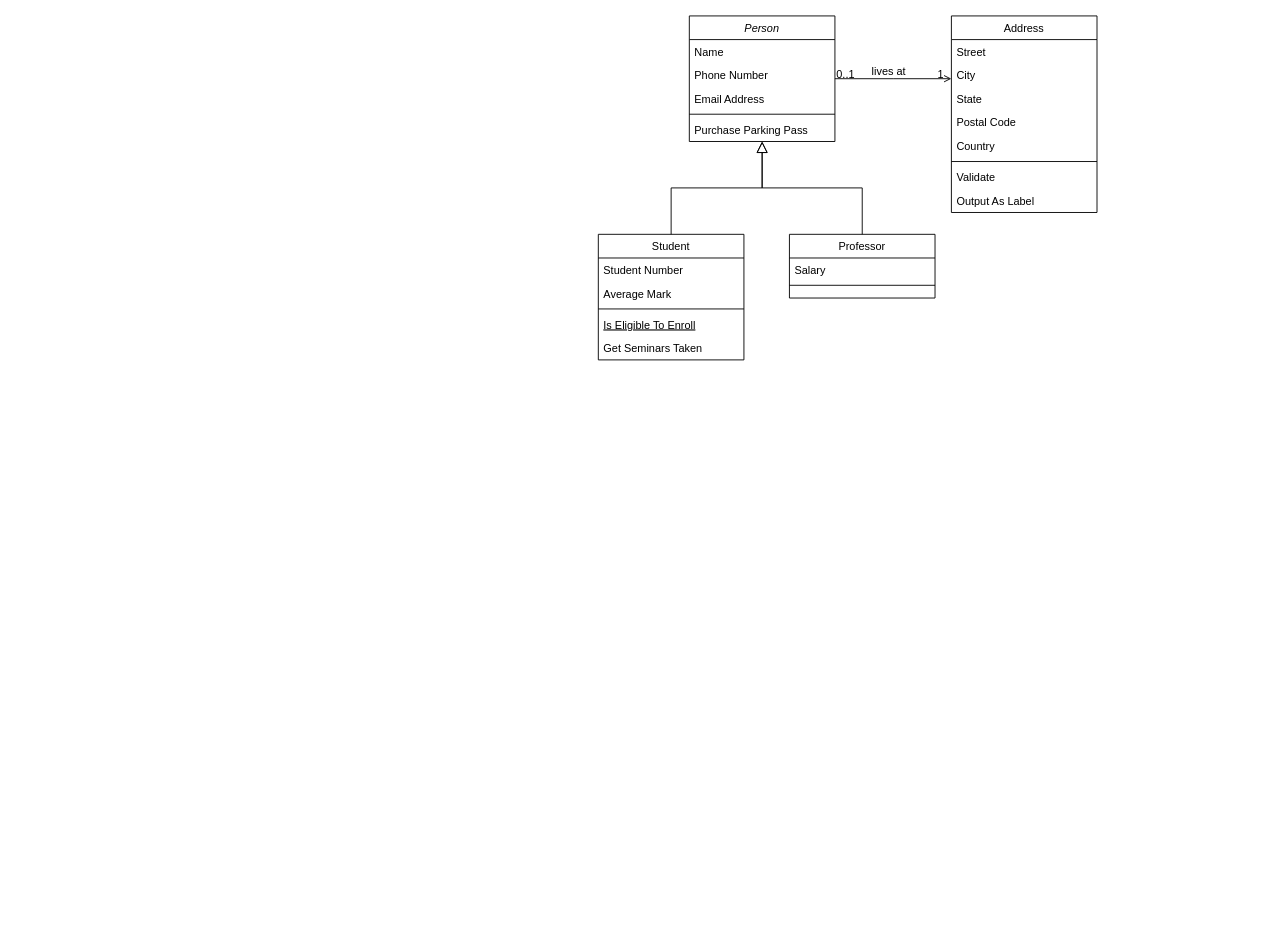
The draw.io diagram internship_s8/new-class-diagram.drawio in Gryfin123/diagrams_with_no_context, before the edit. Source tidied: cells renumbered, new cells numbered last; positions are measured from the earlier drawing's top-left corner, leaving out a move shared by most shapes. Both pictures are drawn from the tidied source at 91%, with x=0, y=0 at pixel (598, 15).
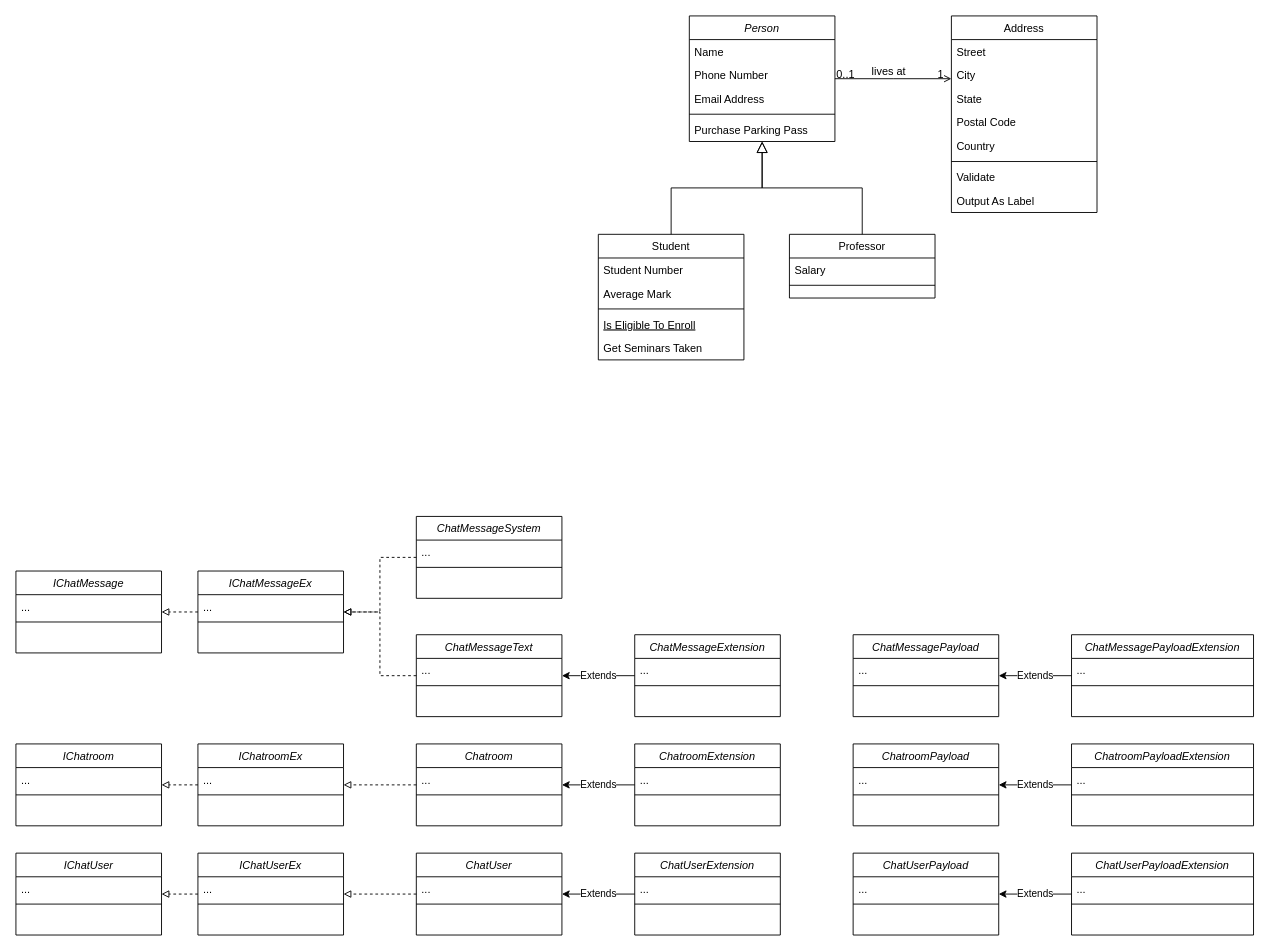
After the change.

Change to the diagram source:
```diff
@@
+    <mxCell id="32" value="ChatMessagePayload" style="swimlane;fontStyle=2;align=center;verticalAlign=top;horizontal=1;startSize=26;rounded=0;shadow=0;strokeWidth=1;" parent="1" vertex="1">
+      <mxGeometry x="280" y="680" width="160" height="90" as="geometry" />
+    </mxCell>
+    <mxCell id="33" value="..." style="text;align=left;verticalAlign=top;spacingLeft=4;spacingRight=4;overflow=hidden;" parent="32" vertex="1">
+      <mxGeometry y="26" width="160" height="26" as="geometry" />
+    </mxCell>
+    <mxCell id="34" style="line;html=1;strokeWidth=1;align=left;verticalAlign=middle;spacingTop=-1;spacingLeft=3;spacingRight=3;labelPosition=right;" parent="32" vertex="1">
+      <mxGeometry y="52" width="160" height="8" as="geometry" />
+    </mxCell>
+    <mxCell id="35" style="edgeStyle=orthogonalEdgeStyle;rounded=0;jettySize=auto;html=1;endArrow=block;endFill=0;dashed=1;" parent="1" edge="1" source="36" target="77">
+      <mxGeometry relative="1" as="geometry" />
+    </mxCell>
+    <mxCell id="36" value="ChatMessageText" style="swimlane;fontStyle=2;align=center;verticalAlign=top;horizontal=1;startSize=26;rounded=0;shadow=0;strokeWidth=1;" parent="1" vertex="1">
+      <mxGeometry x="-200" y="680" width="160" height="90" as="geometry" />
+    </mxCell>
+    <mxCell id="37" value="..." style="text;align=left;verticalAlign=top;spacingLeft=4;spacingRight=4;overflow=hidden;" parent="36" vertex="1">
+      <mxGeometry y="26" width="160" height="26" as="geometry" />
+    </mxCell>
+    <mxCell id="38" style="line;html=1;strokeWidth=1;align=left;verticalAlign=middle;spacingTop=-1;spacingLeft=3;spacingRight=3;labelPosition=right;" parent="36" vertex="1">
+      <mxGeometry y="52" width="160" height="8" as="geometry" />
+    </mxCell>
+    <mxCell id="39" value="ChatMessageExtension" style="swimlane;fontStyle=2;align=center;verticalAlign=top;horizontal=1;startSize=26;rounded=0;shadow=0;strokeWidth=1;" parent="1" vertex="1">
+      <mxGeometry x="40" y="680" width="160" height="90" as="geometry" />
+    </mxCell>
+    <mxCell id="40" value="..." style="text;align=left;verticalAlign=top;spacingLeft=4;spacingRight=4;overflow=hidden;" parent="39" vertex="1">
+      <mxGeometry y="26" width="160" height="26" as="geometry" />
+    </mxCell>
+    <mxCell id="41" style="line;html=1;strokeWidth=1;align=left;verticalAlign=middle;spacingTop=-1;spacingLeft=3;spacingRight=3;labelPosition=right;" parent="39" vertex="1">
+      <mxGeometry y="52" width="160" height="8" as="geometry" />
+    </mxCell>
+    <mxCell id="42" value="ChatroomExtension" style="swimlane;fontStyle=2;align=center;verticalAlign=top;horizontal=1;startSize=26;rounded=0;shadow=0;strokeWidth=1;" parent="1" vertex="1">
+      <mxGeometry x="40" y="800" width="160" height="90" as="geometry" />
+    </mxCell>
+    <mxCell id="43" value="..." style="text;align=left;verticalAlign=top;spacingLeft=4;spacingRight=4;overflow=hidden;" parent="42" vertex="1">
+      <mxGeometry y="26" width="160" height="26" as="geometry" />
+    </mxCell>
+    <mxCell id="44" style="line;html=1;strokeWidth=1;align=left;verticalAlign=middle;spacingTop=-1;spacingLeft=3;spacingRight=3;labelPosition=right;" parent="42" vertex="1">
+      <mxGeometry y="52" width="160" height="8" as="geometry" />
+    </mxCell>
+    <mxCell id="45" value="ChatUserExtension" style="swimlane;fontStyle=2;align=center;verticalAlign=top;horizontal=1;startSize=26;rounded=0;shadow=0;strokeWidth=1;" parent="1" vertex="1">
+      <mxGeometry x="40" y="920" width="160" height="90" as="geometry" />
+    </mxCell>
+    <mxCell id="46" value="..." style="text;align=left;verticalAlign=top;spacingLeft=4;spacingRight=4;overflow=hidden;" parent="45" vertex="1">
+      <mxGeometry y="26" width="160" height="26" as="geometry" />
+    </mxCell>
+    <mxCell id="47" style="line;html=1;strokeWidth=1;align=left;verticalAlign=middle;spacingTop=-1;spacingLeft=3;spacingRight=3;labelPosition=right;" parent="45" vertex="1">
+      <mxGeometry y="52" width="160" height="8" as="geometry" />
+    </mxCell>
+    <mxCell id="48" value="ChatroomPayload" style="swimlane;fontStyle=2;align=center;verticalAlign=top;horizontal=1;startSize=26;rounded=0;shadow=0;strokeWidth=1;" parent="1" vertex="1">
+      <mxGeometry x="280" y="800" width="160" height="90" as="geometry" />
+    </mxCell>
+    <mxCell id="49" value="..." style="text;align=left;verticalAlign=top;spacingLeft=4;spacingRight=4;overflow=hidden;" parent="48" vertex="1">
+      <mxGeometry y="26" width="160" height="26" as="geometry" />
+    </mxCell>
+    <mxCell id="50" style="line;html=1;strokeWidth=1;align=left;verticalAlign=middle;spacingTop=-1;spacingLeft=3;spacingRight=3;labelPosition=right;" parent="48" vertex="1">
+      <mxGeometry y="52" width="160" height="8" as="geometry" />
+    </mxCell>
+    <mxCell id="51" value="ChatUserPayload" style="swimlane;fontStyle=2;align=center;verticalAlign=top;horizontal=1;startSize=26;rounded=0;shadow=0;strokeWidth=1;" parent="1" vertex="1">
+      <mxGeometry x="280" y="920" width="160" height="90" as="geometry" />
+    </mxCell>
+    <mxCell id="52" value="..." style="text;align=left;verticalAlign=top;spacingLeft=4;spacingRight=4;overflow=hidden;" parent="51" vertex="1">
+      <mxGeometry y="26" width="160" height="26" as="geometry" />
+    </mxCell>
+    <mxCell id="53" style="line;html=1;strokeWidth=1;align=left;verticalAlign=middle;spacingTop=-1;spacingLeft=3;spacingRight=3;labelPosition=right;" parent="51" vertex="1">
+      <mxGeometry y="52" width="160" height="8" as="geometry" />
+    </mxCell>
+    <mxCell id="54" value="Extends" style="edgeStyle=orthogonalEdgeStyle;rounded=0;jettySize=auto;html=1;" parent="1" edge="1" source="55" target="32">
+      <mxGeometry relative="1" as="geometry" />
+    </mxCell>
+    <mxCell id="55" value="ChatMessagePayloadExtension" style="swimlane;fontStyle=2;align=center;verticalAlign=top;horizontal=1;startSize=26;rounded=0;shadow=0;strokeWidth=1;" parent="1" vertex="1">
+      <mxGeometry x="520" y="680" width="200" height="90" as="geometry" />
+    </mxCell>
+    <mxCell id="56" value="..." style="text;align=left;verticalAlign=top;spacingLeft=4;spacingRight=4;overflow=hidden;" parent="55" vertex="1">
+      <mxGeometry y="26" width="200" height="26" as="geometry" />
+    </mxCell>
+    <mxCell id="57" style="line;html=1;strokeWidth=1;align=left;verticalAlign=middle;spacingTop=-1;spacingLeft=3;spacingRight=3;labelPosition=right;" parent="55" vertex="1">
+      <mxGeometry y="52" width="200" height="8" as="geometry" />
+    </mxCell>
+    <mxCell id="58" value="ChatroomPayloadExtension" style="swimlane;fontStyle=2;align=center;verticalAlign=top;horizontal=1;startSize=26;rounded=0;shadow=0;strokeWidth=1;" parent="1" vertex="1">
+      <mxGeometry x="520" y="800" width="200" height="90" as="geometry" />
+    </mxCell>
+    <mxCell id="59" value="..." style="text;align=left;verticalAlign=top;spacingLeft=4;spacingRight=4;overflow=hidden;" parent="58" vertex="1">
+      <mxGeometry y="26" width="200" height="26" as="geometry" />
+    </mxCell>
+    <mxCell id="60" style="line;html=1;strokeWidth=1;align=left;verticalAlign=middle;spacingTop=-1;spacingLeft=3;spacingRight=3;labelPosition=right;" parent="58" vertex="1">
+      <mxGeometry y="52" width="200" height="8" as="geometry" />
+    </mxCell>
+    <mxCell id="61" value="ChatUserPayloadExtension" style="swimlane;fontStyle=2;align=center;verticalAlign=top;horizontal=1;startSize=26;rounded=0;shadow=0;strokeWidth=1;" parent="1" vertex="1">
+      <mxGeometry x="520" y="920" width="200" height="90" as="geometry" />
+    </mxCell>
+    <mxCell id="62" value="..." style="text;align=left;verticalAlign=top;spacingLeft=4;spacingRight=4;overflow=hidden;" parent="61" vertex="1">
+      <mxGeometry y="26" width="200" height="26" as="geometry" />
+    </mxCell>
+    <mxCell id="63" style="line;html=1;strokeWidth=1;align=left;verticalAlign=middle;spacingTop=-1;spacingLeft=3;spacingRight=3;labelPosition=right;" parent="61" vertex="1">
+      <mxGeometry y="52" width="200" height="8" as="geometry" />
+    </mxCell>
+    <mxCell id="64" style="edgeStyle=orthogonalEdgeStyle;rounded=0;jettySize=auto;html=1;endArrow=block;endFill=0;dashed=1;" parent="1" edge="1" source="65" target="81">
+      <mxGeometry relative="1" as="geometry" />
+    </mxCell>
+    <mxCell id="65" value="Chatroom" style="swimlane;fontStyle=2;align=center;verticalAlign=top;horizontal=1;startSize=26;rounded=0;shadow=0;strokeWidth=1;" parent="1" vertex="1">
+      <mxGeometry x="-200" y="800" width="160" height="90" as="geometry" />
+    </mxCell>
+    <mxCell id="66" value="..." style="text;align=left;verticalAlign=top;spacingLeft=4;spacingRight=4;overflow=hidden;" parent="65" vertex="1">
+      <mxGeometry y="26" width="160" height="26" as="geometry" />
+    </mxCell>
+    <mxCell id="67" style="line;html=1;strokeWidth=1;align=left;verticalAlign=middle;spacingTop=-1;spacingLeft=3;spacingRight=3;labelPosition=right;" parent="65" vertex="1">
+      <mxGeometry y="52" width="160" height="8" as="geometry" />
+    </mxCell>
+    <mxCell id="68" style="edgeStyle=orthogonalEdgeStyle;rounded=0;jettySize=auto;html=1;endArrow=block;endFill=0;dashed=1;" parent="1" edge="1" source="69" target="85">
+      <mxGeometry relative="1" as="geometry" />
+    </mxCell>
+    <mxCell id="69" value="ChatUser" style="swimlane;fontStyle=2;align=center;verticalAlign=top;horizontal=1;startSize=26;rounded=0;shadow=0;strokeWidth=1;" parent="1" vertex="1">
+      <mxGeometry x="-200" y="920" width="160" height="90" as="geometry" />
+    </mxCell>
+    <mxCell id="70" value="..." style="text;align=left;verticalAlign=top;spacingLeft=4;spacingRight=4;overflow=hidden;" parent="69" vertex="1">
+      <mxGeometry y="26" width="160" height="26" as="geometry" />
+    </mxCell>
+    <mxCell id="71" style="line;html=1;strokeWidth=1;align=left;verticalAlign=middle;spacingTop=-1;spacingLeft=3;spacingRight=3;labelPosition=right;" parent="69" vertex="1">
+      <mxGeometry y="52" width="160" height="8" as="geometry" />
+    </mxCell>
+    <mxCell id="72" style="edgeStyle=orthogonalEdgeStyle;rounded=0;jettySize=auto;html=1;endArrow=block;endFill=0;dashed=1;" parent="1" edge="1" source="73" target="77">
+      <mxGeometry relative="1" as="geometry" />
+    </mxCell>
+    <mxCell id="73" value="ChatMessageSystem" style="swimlane;fontStyle=2;align=center;verticalAlign=top;horizontal=1;startSize=26;rounded=0;shadow=0;strokeWidth=1;" parent="1" vertex="1">
+      <mxGeometry x="-200" y="550" width="160" height="90" as="geometry" />
+    </mxCell>
+    <mxCell id="74" value="..." style="text;align=left;verticalAlign=top;spacingLeft=4;spacingRight=4;overflow=hidden;" parent="73" vertex="1">
+      <mxGeometry y="26" width="160" height="26" as="geometry" />
+    </mxCell>
+    <mxCell id="75" style="line;html=1;strokeWidth=1;align=left;verticalAlign=middle;spacingTop=-1;spacingLeft=3;spacingRight=3;labelPosition=right;" parent="73" vertex="1">
+      <mxGeometry y="52" width="160" height="8" as="geometry" />
+    </mxCell>
+    <mxCell id="76" style="edgeStyle=orthogonalEdgeStyle;rounded=0;jettySize=auto;html=1;endArrow=block;endFill=0;dashed=1;" parent="1" edge="1" source="77" target="93">
+      <mxGeometry relative="1" as="geometry" />
+    </mxCell>
+    <mxCell id="77" value="IChatMessageEx" style="swimlane;fontStyle=2;align=center;verticalAlign=top;horizontal=1;startSize=26;rounded=0;shadow=0;strokeWidth=1;" parent="1" vertex="1">
+      <mxGeometry x="-440" y="610" width="160" height="90" as="geometry" />
+    </mxCell>
+    <mxCell id="78" value="..." style="text;align=left;verticalAlign=top;spacingLeft=4;spacingRight=4;overflow=hidden;" parent="77" vertex="1">
+      <mxGeometry y="26" width="160" height="26" as="geometry" />
+    </mxCell>
+    <mxCell id="79" style="line;html=1;strokeWidth=1;align=left;verticalAlign=middle;spacingTop=-1;spacingLeft=3;spacingRight=3;labelPosition=right;" parent="77" vertex="1">
+      <mxGeometry y="52" width="160" height="8" as="geometry" />
+    </mxCell>
+    <mxCell id="80" style="edgeStyle=orthogonalEdgeStyle;rounded=0;jettySize=auto;html=1;endArrow=block;endFill=0;dashed=1;" parent="1" edge="1" source="81" target="96">
+      <mxGeometry relative="1" as="geometry" />
+    </mxCell>
+    <mxCell id="81" value="IChatroomEx" style="swimlane;fontStyle=2;align=center;verticalAlign=top;horizontal=1;startSize=26;rounded=0;shadow=0;strokeWidth=1;" parent="1" vertex="1">
+      <mxGeometry x="-440" y="800" width="160" height="90" as="geometry" />
+    </mxCell>
+    <mxCell id="82" value="..." style="text;align=left;verticalAlign=top;spacingLeft=4;spacingRight=4;overflow=hidden;" parent="81" vertex="1">
+      <mxGeometry y="26" width="160" height="26" as="geometry" />
+    </mxCell>
+    <mxCell id="83" style="line;html=1;strokeWidth=1;align=left;verticalAlign=middle;spacingTop=-1;spacingLeft=3;spacingRight=3;labelPosition=right;" parent="81" vertex="1">
+      <mxGeometry y="52" width="160" height="8" as="geometry" />
+    </mxCell>
+    <mxCell id="84" style="edgeStyle=orthogonalEdgeStyle;rounded=0;jettySize=auto;html=1;endArrow=block;endFill=0;dashed=1;" parent="1" edge="1" source="85" target="99">
+      <mxGeometry relative="1" as="geometry" />
+    </mxCell>
+    <mxCell id="85" value="IChatUserEx" style="swimlane;fontStyle=2;align=center;verticalAlign=top;horizontal=1;startSize=26;rounded=0;shadow=0;strokeWidth=1;" parent="1" vertex="1">
+      <mxGeometry x="-440" y="920" width="160" height="90" as="geometry" />
+    </mxCell>
+    <mxCell id="86" value="..." style="text;align=left;verticalAlign=top;spacingLeft=4;spacingRight=4;overflow=hidden;" parent="85" vertex="1">
+      <mxGeometry y="26" width="160" height="26" as="geometry" />
+    </mxCell>
+    <mxCell id="87" style="line;html=1;strokeWidth=1;align=left;verticalAlign=middle;spacingTop=-1;spacingLeft=3;spacingRight=3;labelPosition=right;" parent="85" vertex="1">
+      <mxGeometry y="52" width="160" height="8" as="geometry" />
+    </mxCell>
+    <mxCell id="88" value="Extends" style="edgeStyle=orthogonalEdgeStyle;rounded=0;jettySize=auto;html=1;" parent="1" edge="1" source="58" target="48">
+      <mxGeometry relative="1" as="geometry" />
+    </mxCell>
+    <mxCell id="89" value="Extends" style="edgeStyle=orthogonalEdgeStyle;rounded=0;jettySize=auto;html=1;" parent="1" edge="1" source="61" target="51">
+      <mxGeometry relative="1" as="geometry" />
+    </mxCell>
+    <mxCell id="90" value="Extends" style="edgeStyle=orthogonalEdgeStyle;rounded=0;jettySize=auto;html=1;" parent="1" edge="1" source="39" target="36">
+      <mxGeometry relative="1" as="geometry" />
+    </mxCell>
+    <mxCell id="91" value="Extends" style="edgeStyle=orthogonalEdgeStyle;rounded=0;jettySize=auto;html=1;" parent="1" edge="1" source="42" target="65">
+      <mxGeometry relative="1" as="geometry" />
+    </mxCell>
+    <mxCell id="92" value="Extends" style="edgeStyle=orthogonalEdgeStyle;rounded=0;jettySize=auto;html=1;" parent="1" edge="1" source="45" target="69">
+      <mxGeometry relative="1" as="geometry" />
+    </mxCell>
+    <mxCell id="93" value="IChatMessage" style="swimlane;fontStyle=2;align=center;verticalAlign=top;horizontal=1;startSize=26;rounded=0;shadow=0;strokeWidth=1;" parent="1" vertex="1">
+      <mxGeometry x="-640" y="610" width="160" height="90" as="geometry" />
+    </mxCell>
+    <mxCell id="94" value="..." style="text;align=left;verticalAlign=top;spacingLeft=4;spacingRight=4;overflow=hidden;" parent="93" vertex="1">
+      <mxGeometry y="26" width="160" height="26" as="geometry" />
+    </mxCell>
+    <mxCell id="95" style="line;html=1;strokeWidth=1;align=left;verticalAlign=middle;spacingTop=-1;spacingLeft=3;spacingRight=3;labelPosition=right;" parent="93" vertex="1">
+      <mxGeometry y="52" width="160" height="8" as="geometry" />
+    </mxCell>
+    <mxCell id="96" value="IChatroom" style="swimlane;fontStyle=2;align=center;verticalAlign=top;horizontal=1;startSize=26;rounded=0;shadow=0;strokeWidth=1;" parent="1" vertex="1">
+      <mxGeometry x="-640" y="800" width="160" height="90" as="geometry" />
+    </mxCell>
+    <mxCell id="97" value="..." style="text;align=left;verticalAlign=top;spacingLeft=4;spacingRight=4;overflow=hidden;" parent="96" vertex="1">
+      <mxGeometry y="26" width="160" height="26" as="geometry" />
+    </mxCell>
+    <mxCell id="98" style="line;html=1;strokeWidth=1;align=left;verticalAlign=middle;spacingTop=-1;spacingLeft=3;spacingRight=3;labelPosition=right;" parent="96" vertex="1">
+      <mxGeometry y="52" width="160" height="8" as="geometry" />
+    </mxCell>
+    <mxCell id="99" value="IChatUser" style="swimlane;fontStyle=2;align=center;verticalAlign=top;horizontal=1;startSize=26;rounded=0;shadow=0;strokeWidth=1;" parent="1" vertex="1">
+      <mxGeometry x="-640" y="920" width="160" height="90" as="geometry" />
+    </mxCell>
+    <mxCell id="100" value="..." style="text;align=left;verticalAlign=top;spacingLeft=4;spacingRight=4;overflow=hidden;" parent="99" vertex="1">
+      <mxGeometry y="26" width="160" height="26" as="geometry" />
+    </mxCell>
+    <mxCell id="101" style="line;html=1;strokeWidth=1;align=left;verticalAlign=middle;spacingTop=-1;spacingLeft=3;spacingRight=3;labelPosition=right;" parent="99" vertex="1">
+      <mxGeometry y="52" width="160" height="8" as="geometry" />
+    </mxCell>
```
